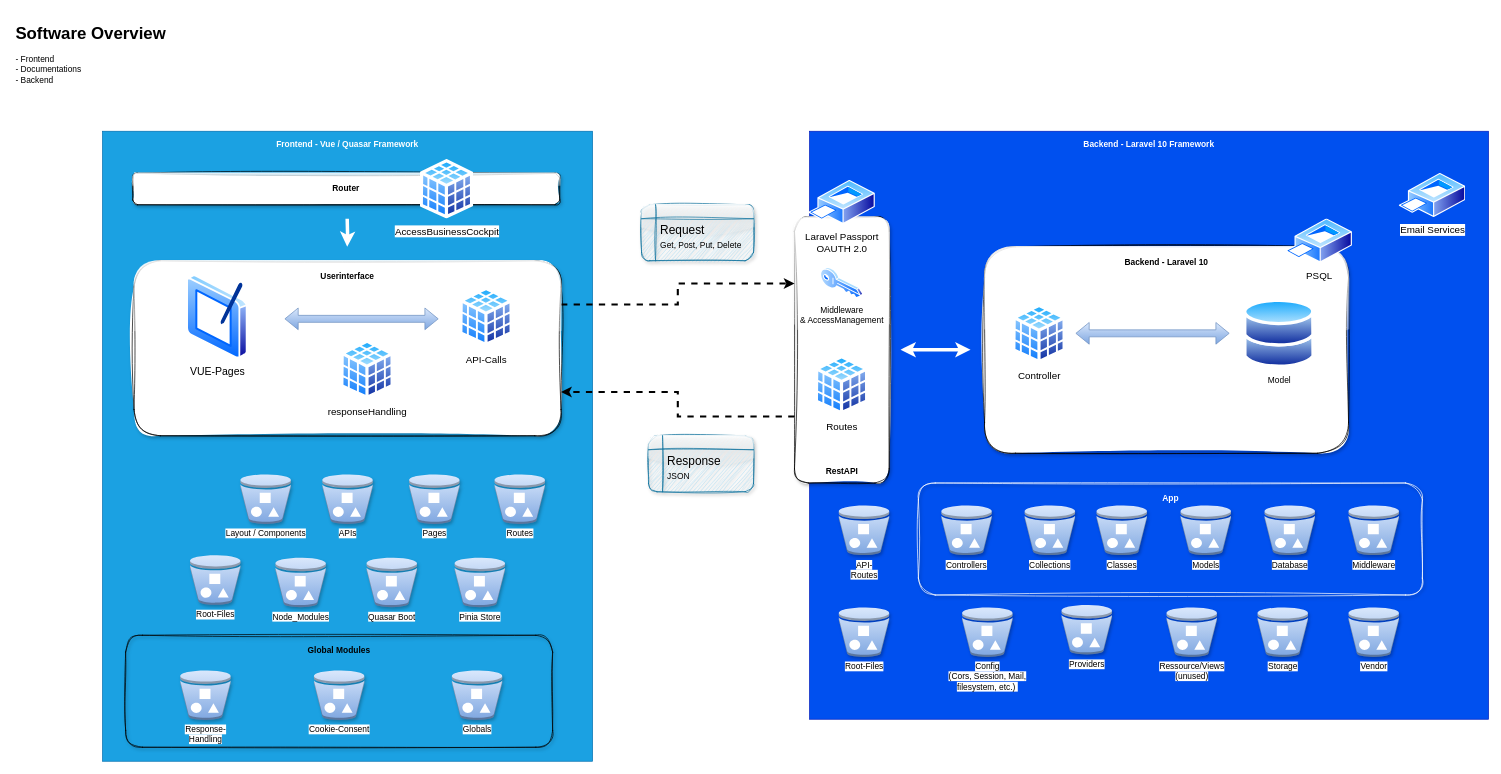
Before: page "Software Overview" (2 of 3) of docs/Product Overview.drawio in CarlsonBuma/laravel-quasar-template, a draw.io diagram. Source tidied: cells renumbered, new cells numbered last; positions are measured from the earlier drawing's top-left corner, leaving out a move shared by most shapes. Both pictures are drawn from the tidied source at 70%, with x=0, y=0 at pixel (12, 19).
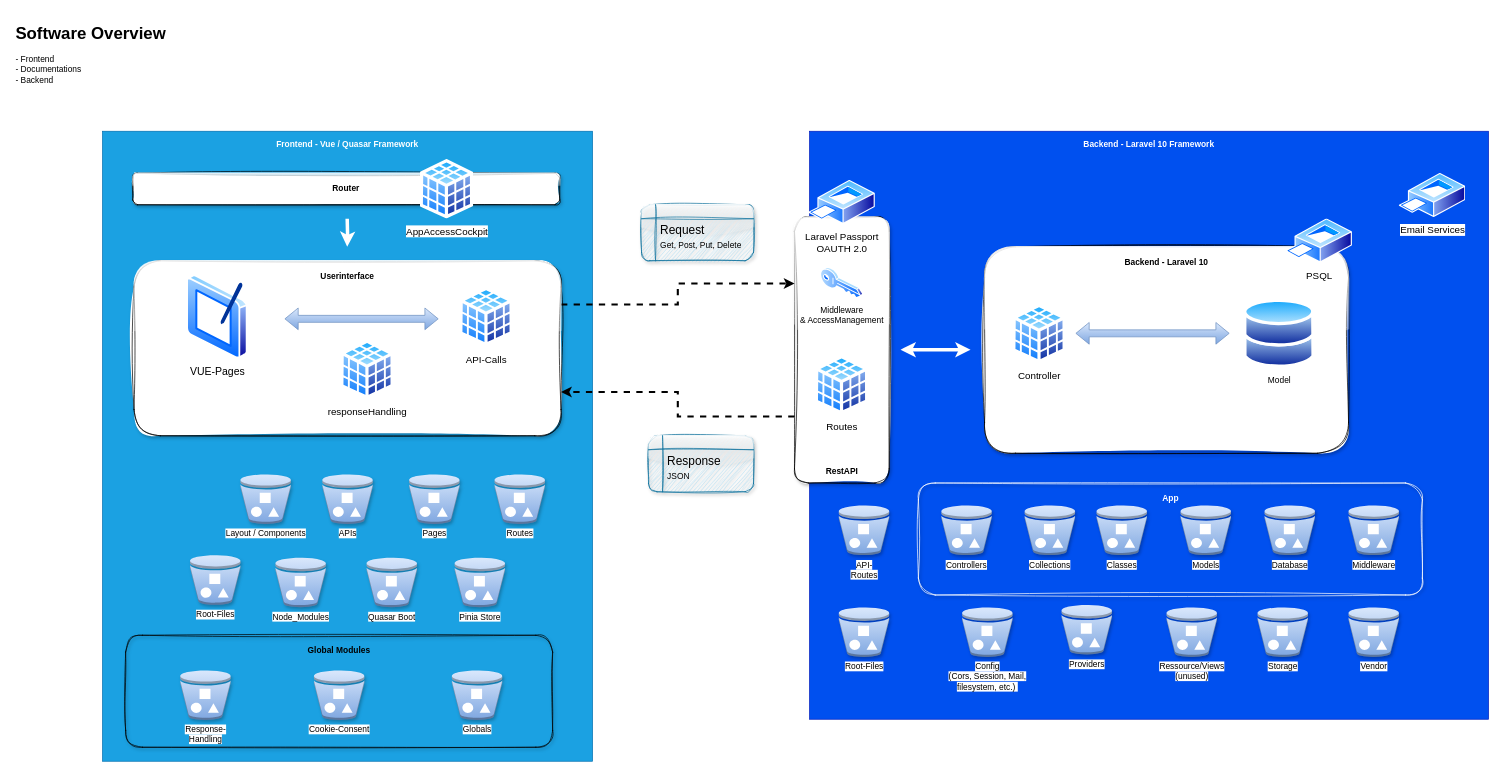
The same page after the edit.

Diff of the diagram source:
```diff
@@
-    <mxCell id="16" value="AccessBusinessCockpit" style="perimeter=ellipsePerimeter;html=1;align=center;shadow=0;dashed=0;spacingTop=3;image;image=img/lib/active_directory/database_cube.svg;fontSize=14;fontStyle=0;" parent="1" vertex="1">
+    <mxCell id="16" value="AppAccessCockpit" style="perimeter=ellipsePerimeter;html=1;align=center;shadow=0;dashed=0;spacingTop=3;image;image=img/lib/active_directory/database_cube.svg;fontSize=14;fontStyle=0;" parent="1" vertex="1">
       <mxGeometry x="582.5" y="200" width="76.5" height="85" as="geometry" />
     </mxCell>
```
